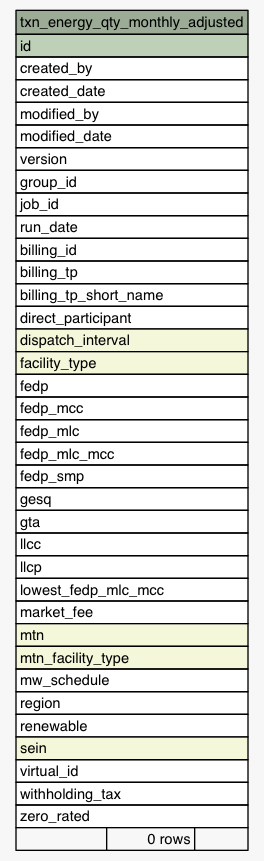
Above: Data/settlement/diagrams/summary/txn_energy_qty_monthly_adjusted.1degree.png in eyana-m/python-data-dictionary-writer (Graphviz), before the change. Its source is kept beside it as Data/settlement/diagrams/summary/txn_energy_qty_monthly_adjusted.1degree.dot.
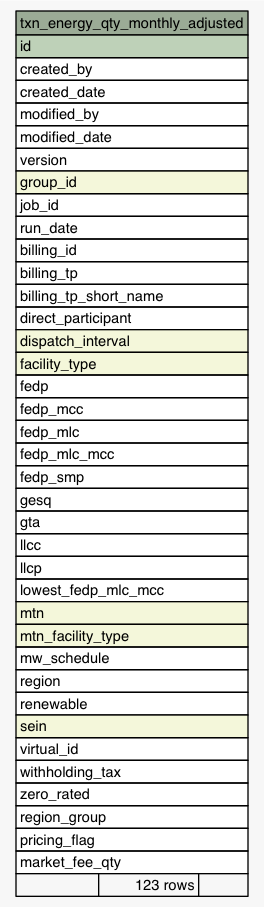
After the change.

Diff of the diagram source:
```diff
@@ -25,7 +25,7 @@
       <TR><TD PORT="modified_by" COLSPAN="3" ALIGN="LEFT">modified_by</TD></TR>
       <TR><TD PORT="modified_date" COLSPAN="3" ALIGN="LEFT">modified_date</TD></TR>
       <TR><TD PORT="version" COLSPAN="3" ALIGN="LEFT">version</TD></TR>
-      <TR><TD PORT="group_id" COLSPAN="3" ALIGN="LEFT">group_id</TD></TR>
+      <TR><TD PORT="group_id" COLSPAN="3" BGCOLOR="#f4f7da" ALIGN="LEFT">group_id</TD></TR>
       <TR><TD PORT="job_id" COLSPAN="3" ALIGN="LEFT">job_id</TD></TR>
       <TR><TD PORT="run_date" COLSPAN="3" ALIGN="LEFT">run_date</TD></TR>
       <TR><TD PORT="billing_id" COLSPAN="3" ALIGN="LEFT">billing_id</TD></TR>
@@ -44,7 +44,6 @@
       <TR><TD PORT="llcc" COLSPAN="3" ALIGN="LEFT">llcc</TD></TR>
       <TR><TD PORT="llcp" COLSPAN="3" ALIGN="LEFT">llcp</TD></TR>
       <TR><TD PORT="lowest_fedp_mlc_mcc" COLSPAN="3" ALIGN="LEFT">lowest_fedp_mlc_mcc</TD></TR>
-      <TR><TD PORT="market_fee" COLSPAN="3" ALIGN="LEFT">market_fee</TD></TR>
       <TR><TD PORT="mtn" COLSPAN="3" BGCOLOR="#f4f7da" ALIGN="LEFT">mtn</TD></TR>
       <TR><TD PORT="mtn_facility_type" COLSPAN="3" BGCOLOR="#f4f7da" ALIGN="LEFT">mtn_facility_type</TD></TR>
       <TR><TD PORT="mw_schedule" COLSPAN="3" ALIGN="LEFT">mw_schedule</TD></TR>
@@ -54,7 +53,10 @@
       <TR><TD PORT="virtual_id" COLSPAN="3" ALIGN="LEFT">virtual_id</TD></TR>
       <TR><TD PORT="withholding_tax" COLSPAN="3" ALIGN="LEFT">withholding_tax</TD></TR>
       <TR><TD PORT="zero_rated" COLSPAN="3" ALIGN="LEFT">zero_rated</TD></TR>
-      <TR><TD ALIGN="LEFT" BGCOLOR="#f7f7f7">  </TD><TD ALIGN="RIGHT" BGCOLOR="#f7f7f7">0 rows</TD><TD ALIGN="RIGHT" BGCOLOR="#f7f7f7">  </TD></TR>
+      <TR><TD PORT="region_group" COLSPAN="3" ALIGN="LEFT">region_group</TD></TR>
+      <TR><TD PORT="pricing_flag" COLSPAN="3" ALIGN="LEFT">pricing_flag</TD></TR>
+      <TR><TD PORT="market_fee_qty" COLSPAN="3" ALIGN="LEFT">market_fee_qty</TD></TR>
+      <TR><TD ALIGN="LEFT" BGCOLOR="#f7f7f7">  </TD><TD ALIGN="RIGHT" BGCOLOR="#f7f7f7">123 rows</TD><TD ALIGN="RIGHT" BGCOLOR="#f7f7f7">  </TD></TR>
     </TABLE>>
     URL="tables/txn_energy_qty_monthly_adjusted.html"
     tooltip="txn_energy_qty_monthly_adjusted"
```
